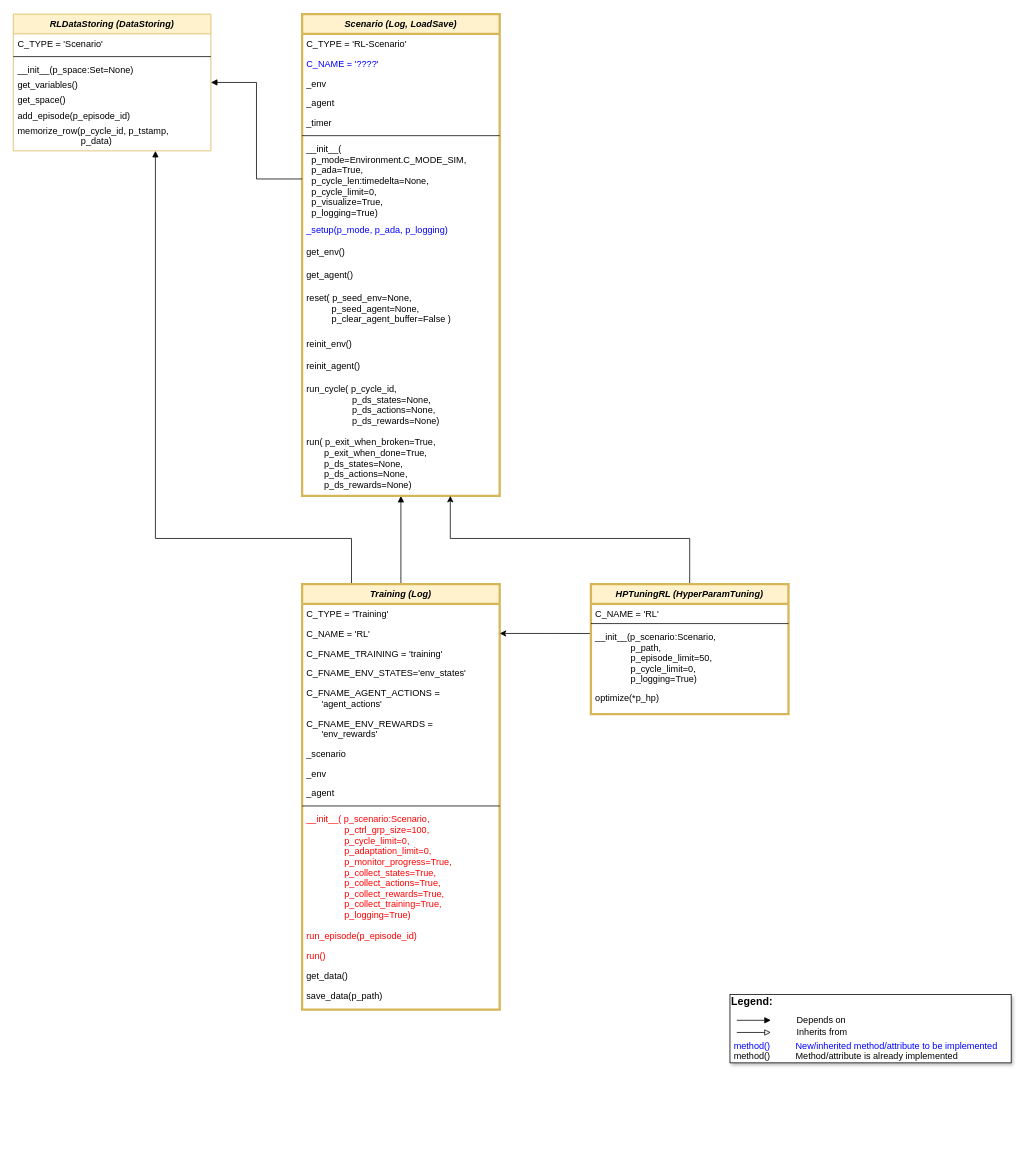
fhswf/MLPro keeps this draw.io diagram as doc/rl/04 run and train/MLPro-RL-Train class diagram.drawio. Above is the earlier version. Source tidied: cells renumbered, new cells numbered last; positions are measured from the earlier drawing's top-left corner, leaving out a move shared by most shapes. Both pictures are drawn from the tidied source at 76%, with x=0, y=0 at pixel (13, 14).
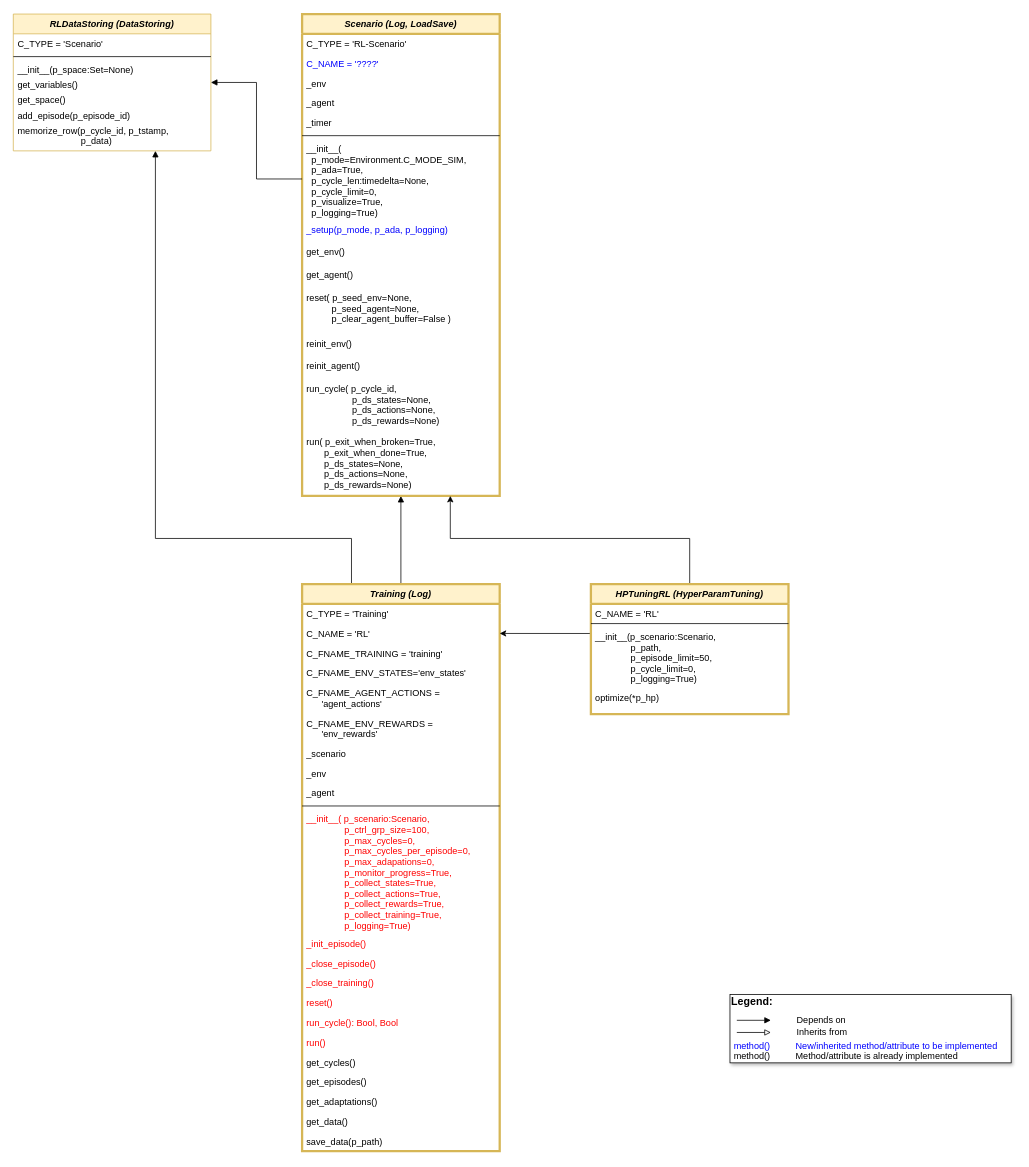
Above is the later version.

What changed in the source:
```diff
@@
     <mxCell id="4" value="Training (Log)" style="swimlane;fontStyle=3;align=center;verticalAlign=top;horizontal=1;startSize=26;rounded=0;shadow=0;strokeWidth=3;fillColor=#fff2cc;strokeColor=#d6b656;" parent="1" vertex="1">
-      <mxGeometry x="380" y="750" width="260" height="560" as="geometry" />
+      <mxGeometry x="380" y="750" width="260" height="746" as="geometry" />
     </mxCell>
@@
-    <mxCell id="15" value="__init__( p_scenario:Scenario, &#10;               p_ctrl_grp_size=100,&#10;               p_cycle_limit=0, &#10;               p_adaptation_limit=0,&#10;               p_monitor_progress=True,&#10;               p_collect_states=True,&#10;               p_collect_actions=True,&#10;               p_collect_rewards=True,&#10;               p_collect_training=True,&#10;               p_logging=True)" style="text;align=left;verticalAlign=top;spacingLeft=4;spacingRight=4;overflow=hidden;fontColor=#FF0000;" parent="4" vertex="1">
-      <mxGeometry y="296" width="260" height="154" as="geometry" />
+    <mxCell id="15" value="__init__( p_scenario:Scenario, &#10;               p_ctrl_grp_size=100,&#10;               p_max_cycles=0, &#10;               p_max_cycles_per_episode=0,&#10;               p_max_adapations=0,&#10;               p_monitor_progress=True,&#10;               p_collect_states=True,&#10;               p_collect_actions=True,&#10;               p_collect_rewards=True,&#10;               p_collect_training=True,&#10;               p_logging=True)" style="text;align=left;verticalAlign=top;spacingLeft=4;spacingRight=4;overflow=hidden;fontColor=#FF0000;" parent="4" vertex="1">
+      <mxGeometry y="296" width="260" height="164" as="geometry" />
     </mxCell>
+    <mxCell id="56" value="_init_episode()" style="text;align=left;verticalAlign=top;spacingLeft=4;spacingRight=4;overflow=hidden;fontColor=#FF0000;" parent="4" vertex="1">
+      <mxGeometry y="460" width="260" height="26" as="geometry" />
+    </mxCell>
+    <mxCell id="57" value="_close_episode()" style="text;align=left;verticalAlign=top;spacingLeft=4;spacingRight=4;overflow=hidden;fontColor=#FF0000;" parent="4" vertex="1">
+      <mxGeometry y="486" width="260" height="26" as="geometry" />
+    </mxCell>
+    <mxCell id="58" value="_close_training()" style="text;align=left;verticalAlign=top;spacingLeft=4;spacingRight=4;overflow=hidden;fontColor=#FF0000;" parent="4" vertex="1">
+      <mxGeometry y="512" width="260" height="26" as="geometry" />
+    </mxCell>
+    <mxCell id="59" value="reset()" style="text;align=left;verticalAlign=top;spacingLeft=4;spacingRight=4;overflow=hidden;fontColor=#FF0000;" parent="4" vertex="1">
+      <mxGeometry y="538" width="260" height="26" as="geometry" />
+    </mxCell>
-    <mxCell id="16" value="run_episode(p_episode_id)" style="text;align=left;verticalAlign=top;spacingLeft=4;spacingRight=4;overflow=hidden;fontColor=#FF0000;" parent="4" vertex="1">
-      <mxGeometry y="450" width="260" height="26" as="geometry" />
+    <mxCell id="16" value="run_cycle(): Bool, Bool" style="text;align=left;verticalAlign=top;spacingLeft=4;spacingRight=4;overflow=hidden;fontColor=#FF0000;" parent="4" vertex="1">
+      <mxGeometry y="564" width="260" height="26" as="geometry" />
     </mxCell>
     <mxCell id="17" value="run()" style="text;align=left;verticalAlign=top;spacingLeft=4;spacingRight=4;overflow=hidden;fontColor=#FF0000;" parent="4" vertex="1">
-      <mxGeometry y="476" width="260" height="26" as="geometry" />
+      <mxGeometry y="590" width="260" height="26" as="geometry" />
     </mxCell>
+    <mxCell id="60" value="get_cycles()" style="text;align=left;verticalAlign=top;spacingLeft=4;spacingRight=4;overflow=hidden;" parent="4" vertex="1">
+      <mxGeometry y="616" width="260" height="26" as="geometry" />
+    </mxCell>
+    <mxCell id="61" value="get_episodes()" style="text;align=left;verticalAlign=top;spacingLeft=4;spacingRight=4;overflow=hidden;" parent="4" vertex="1">
+      <mxGeometry y="642" width="260" height="26" as="geometry" />
+    </mxCell>
+    <mxCell id="62" value="get_adaptations()" style="text;align=left;verticalAlign=top;spacingLeft=4;spacingRight=4;overflow=hidden;" parent="4" vertex="1">
+      <mxGeometry y="668" width="260" height="26" as="geometry" />
+    </mxCell>
     <mxCell id="18" value="get_data()" style="text;align=left;verticalAlign=top;spacingLeft=4;spacingRight=4;overflow=hidden;" parent="4" vertex="1">
-      <mxGeometry y="502" width="260" height="26" as="geometry" />
+      <mxGeometry y="694" width="260" height="26" as="geometry" />
     </mxCell>
     <mxCell id="19" value="save_data(p_path)" style="text;align=left;verticalAlign=top;spacingLeft=4;spacingRight=4;overflow=hidden;" parent="4" vertex="1">
-      <mxGeometry y="528" width="260" height="26" as="geometry" />
+      <mxGeometry y="720" width="260" height="26" as="geometry" />
     </mxCell>
```
